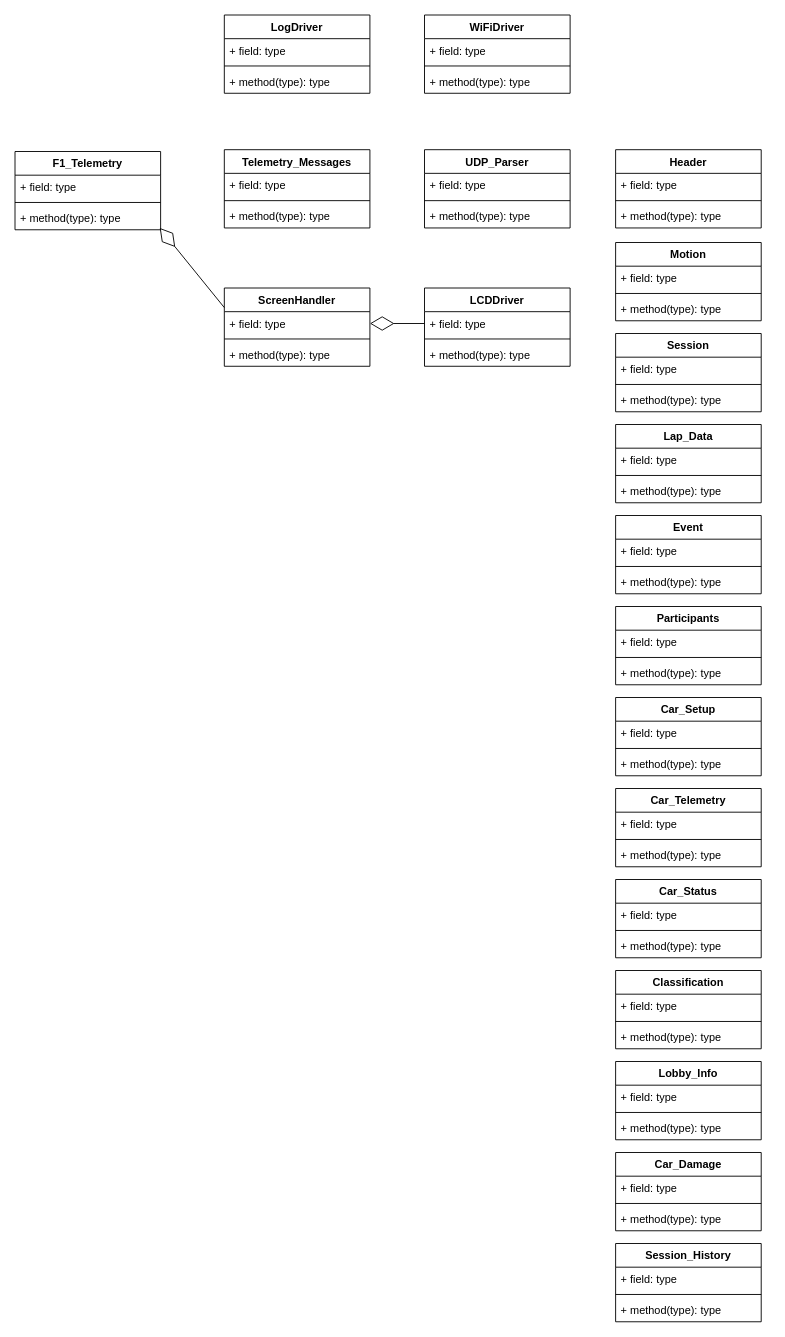
This is Software_architecture.drawio from Judicael-Marchand/F1_2021_Header, a draw.io file, before an edit. Source tidied: cells renumbered, new cells numbered last; positions are measured from the earlier drawing's top-left corner, leaving out a move shared by most shapes. Both pictures are drawn from the tidied source at 91%, with x=0, y=0 at pixel (15, 15).
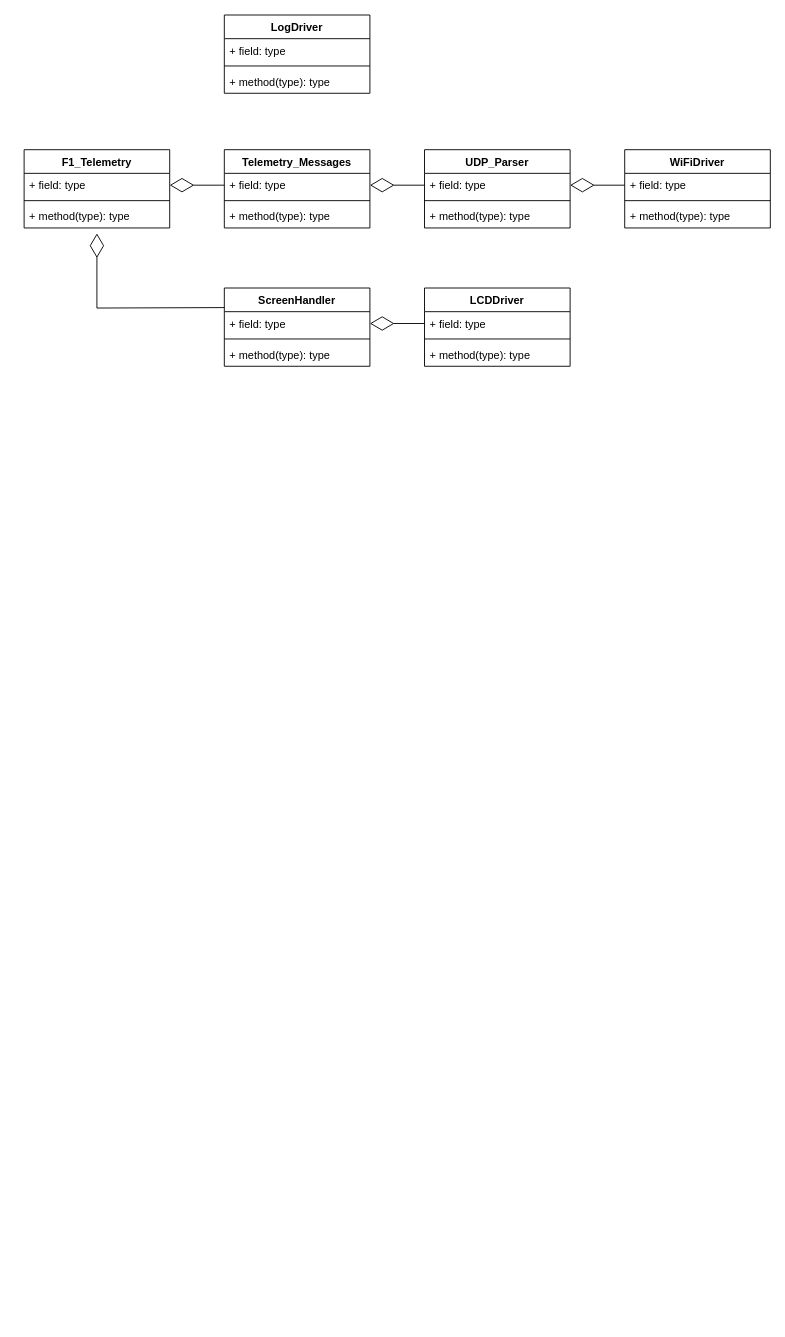
Above is the later version.

Commit message:
Update software architecture

Software_architecture.drawio updated.

Unchanged cells that the change refers to:
```xml
<mxCell id="3" value="+ field: type" style="text;strokeColor=none;fillColor=none;align=left;verticalAlign=top;spacingLeft=4;spacingRight=4;overflow=hidden;points=[[0,0.5],[1,0.5]];portConstraint=eastwest;" parent="2" vertex="1">
  <mxGeometry y="26" width="160" height="26" as="geometry" />
</mxCell>
<mxCell id="5" value="+ method(type): type" style="text;strokeColor=none;fillColor=none;align=left;verticalAlign=top;spacingLeft=4;spacingRight=4;overflow=hidden;points=[[0,0.5],[1,0.5]];portConstraint=eastwest;" parent="2" vertex="1">
  <mxGeometry y="60" width="160" height="26" as="geometry" />
</mxCell>
<mxCell id="6" value="ScreenHandler" style="swimlane;fontStyle=1;align=center;verticalAlign=top;horizontal=1;startSize=26;" parent="1" vertex="1">
  <mxGeometry x="230" y="300" width="160" height="86" as="geometry" />
</mxCell>
<mxCell id="17" value="+ field: type" style="text;strokeColor=none;fillColor=none;align=left;verticalAlign=top;spacingLeft=4;spacingRight=4;overflow=hidden;points=[[0,0.5],[1,0.5]];portConstraint=eastwest;" parent="16" vertex="1">
  <mxGeometry y="26" width="160" height="26" as="geometry" />
</mxCell>
<mxCell id="21" value="+ field: type" style="text;strokeColor=none;fillColor=none;align=left;verticalAlign=top;spacingLeft=4;spacingRight=4;overflow=hidden;points=[[0,0.5],[1,0.5]];portConstraint=eastwest;" parent="20" vertex="1">
  <mxGeometry y="26" width="160" height="26" as="geometry" />
</mxCell>
<mxCell id="81" value="+ field: type" style="text;strokeColor=none;fillColor=none;align=left;verticalAlign=top;spacingLeft=4;spacingRight=4;overflow=hidden;points=[[0,0.5],[1,0.5]];portConstraint=eastwest;" parent="80" vertex="1">
  <mxGeometry y="26" width="160" height="26" as="geometry" />
</mxCell>
```

Diff of the diagram source:
```diff
@@
     <mxCell id="2" value="F1_Telemetry" style="swimlane;fontStyle=1;align=center;verticalAlign=top;horizontal=1;startSize=26;" parent="1" vertex="1">
-      <mxGeometry y="150" width="160" height="86" as="geometry" />
+      <mxGeometry x="10" y="148" width="160" height="86" as="geometry" />
     </mxCell>
@@
-    <mxCell id="10" style="endArrow=diamondThin;endFill=0;endSize=24;html=1;rounded=0;entryX=0.994;entryY=0.923;entryDx=0;entryDy=0;exitX=0;exitY=0.25;exitDx=0;exitDy=0;entryPerimeter=0;" parent="1" edge="1" source="6" target="5">
-      <mxGeometry relative="1" as="geometry" />
+    <mxCell id="10" style="endArrow=diamondThin;endFill=0;endSize=24;html=1;rounded=0;entryX=0.5;entryY=1.231;entryDx=0;entryDy=0;exitX=0;exitY=0.25;exitDx=0;exitDy=0;entryPerimeter=0;" parent="1" edge="1" source="6" target="5">
+      <mxGeometry relative="1" as="geometry">
+        <Array as="points">
+          <mxPoint x="90" y="322" />
+        </Array>
+      </mxGeometry>
     </mxCell>
@@
-    <mxCell id="24" value="Header" style="swimlane;fontStyle=1;align=center;verticalAlign=top;horizontal=1;startSize=26;" parent="1" vertex="1">
-      <mxGeometry x="660" y="148" width="160" height="86" as="geometry" />
-    </mxCell>
-    <mxCell id="25" value="+ field: type" style="text;strokeColor=none;fillColor=none;align=left;verticalAlign=top;spacingLeft=4;spacingRight=4;overflow=hidden;" parent="24" vertex="1">
-      <mxGeometry y="26" width="160" height="26" as="geometry" />
-    </mxCell>
-    <mxCell id="26" style="line;strokeWidth=1;fillColor=none;align=left;verticalAlign=middle;spacingTop=-1;spacingLeft=3;spacingRight=3;labelPosition=right;" parent="24" vertex="1">
-      <mxGeometry y="52" width="160" height="8" as="geometry" />
-    </mxCell>
-    <mxCell id="27" value="+ method(type): type" style="text;strokeColor=none;fillColor=none;align=left;verticalAlign=top;spacingLeft=4;spacingRight=4;overflow=hidden;" parent="24" vertex="1">
-      <mxGeometry y="60" width="160" height="26" as="geometry" />
-    </mxCell>
-    <mxCell id="28" value="Motion" style="swimlane;fontStyle=1;align=center;verticalAlign=top;horizontal=1;startSize=26;" parent="1" vertex="1">
-      <mxGeometry x="660" y="250" width="160" height="86" as="geometry" />
-    </mxCell>
-    <mxCell id="29" value="+ field: type" style="text;strokeColor=none;fillColor=none;align=left;verticalAlign=top;spacingLeft=4;spacingRight=4;overflow=hidden;" parent="28" vertex="1">
-      <mxGeometry y="26" width="160" height="26" as="geometry" />
-    </mxCell>
-    <mxCell id="30" style="line;strokeWidth=1;fillColor=none;align=left;verticalAlign=middle;spacingTop=-1;spacingLeft=3;spacingRight=3;labelPosition=right;" parent="28" vertex="1">
-      <mxGeometry y="52" width="160" height="8" as="geometry" />
-    </mxCell>
-    <mxCell id="31" value="+ method(type): type" style="text;strokeColor=none;fillColor=none;align=left;verticalAlign=top;spacingLeft=4;spacingRight=4;overflow=hidden;" parent="28" vertex="1">
-      <mxGeometry y="60" width="160" height="26" as="geometry" />
-    </mxCell>
-    <mxCell id="32" value="Session" style="swimlane;fontStyle=1;align=center;verticalAlign=top;horizontal=1;startSize=26;" parent="1" vertex="1">
-      <mxGeometry x="660" y="350" width="160" height="86" as="geometry" />
-    </mxCell>
-    <mxCell id="33" value="+ field: type" style="text;strokeColor=none;fillColor=none;align=left;verticalAlign=top;spacingLeft=4;spacingRight=4;overflow=hidden;" parent="32" vertex="1">
-      <mxGeometry y="26" width="160" height="26" as="geometry" />
-    </mxCell>
-    <mxCell id="34" style="line;strokeWidth=1;fillColor=none;align=left;verticalAlign=middle;spacingTop=-1;spacingLeft=3;spacingRight=3;labelPosition=right;" parent="32" vertex="1">
-      <mxGeometry y="52" width="160" height="8" as="geometry" />
-    </mxCell>
-    <mxCell id="35" value="+ method(type): type" style="text;strokeColor=none;fillColor=none;align=left;verticalAlign=top;spacingLeft=4;spacingRight=4;overflow=hidden;" parent="32" vertex="1">
-      <mxGeometry y="60" width="160" height="26" as="geometry" />
-    </mxCell>
-    <mxCell id="36" value="Lap_Data" style="swimlane;fontStyle=1;align=center;verticalAlign=top;horizontal=1;startSize=26;" parent="1" vertex="1">
-      <mxGeometry x="660" y="450" width="160" height="86" as="geometry" />
-    </mxCell>
-    <mxCell id="37" value="+ field: type" style="text;strokeColor=none;fillColor=none;align=left;verticalAlign=top;spacingLeft=4;spacingRight=4;overflow=hidden;" parent="36" vertex="1">
-      <mxGeometry y="26" width="160" height="26" as="geometry" />
-    </mxCell>
-    <mxCell id="38" style="line;strokeWidth=1;fillColor=none;align=left;verticalAlign=middle;spacingTop=-1;spacingLeft=3;spacingRight=3;labelPosition=right;" parent="36" vertex="1">
-      <mxGeometry y="52" width="160" height="8" as="geometry" />
-    </mxCell>
-    <mxCell id="39" value="+ method(type): type" style="text;strokeColor=none;fillColor=none;align=left;verticalAlign=top;spacingLeft=4;spacingRight=4;overflow=hidden;" parent="36" vertex="1">
-      <mxGeometry y="60" width="160" height="26" as="geometry" />
-    </mxCell>
-    <mxCell id="40" value="Event" style="swimlane;fontStyle=1;align=center;verticalAlign=top;horizontal=1;startSize=26;" parent="1" vertex="1">
-      <mxGeometry x="660" y="550" width="160" height="86" as="geometry" />
-    </mxCell>
-    <mxCell id="41" value="+ field: type" style="text;strokeColor=none;fillColor=none;align=left;verticalAlign=top;spacingLeft=4;spacingRight=4;overflow=hidden;" parent="40" vertex="1">
-      <mxGeometry y="26" width="160" height="26" as="geometry" />
-    </mxCell>
-    <mxCell id="42" style="line;strokeWidth=1;fillColor=none;align=left;verticalAlign=middle;spacingTop=-1;spacingLeft=3;spacingRight=3;labelPosition=right;" parent="40" vertex="1">
-      <mxGeometry y="52" width="160" height="8" as="geometry" />
-    </mxCell>
-    <mxCell id="43" value="+ method(type): type" style="text;strokeColor=none;fillColor=none;align=left;verticalAlign=top;spacingLeft=4;spacingRight=4;overflow=hidden;" parent="40" vertex="1">
-      <mxGeometry y="60" width="160" height="26" as="geometry" />
-    </mxCell>
-    <mxCell id="44" value="Participants" style="swimlane;fontStyle=1;align=center;verticalAlign=top;horizontal=1;startSize=26;" parent="1" vertex="1">
-      <mxGeometry x="660" y="650" width="160" height="86" as="geometry" />
-    </mxCell>
-    <mxCell id="45" value="+ field: type" style="text;strokeColor=none;fillColor=none;align=left;verticalAlign=top;spacingLeft=4;spacingRight=4;overflow=hidden;" parent="44" vertex="1">
-      <mxGeometry y="26" width="160" height="26" as="geometry" />
-    </mxCell>
-    <mxCell id="46" style="line;strokeWidth=1;fillColor=none;align=left;verticalAlign=middle;spacingTop=-1;spacingLeft=3;spacingRight=3;labelPosition=right;" parent="44" vertex="1">
-      <mxGeometry y="52" width="160" height="8" as="geometry" />
-    </mxCell>
-    <mxCell id="47" value="+ method(type): type" style="text;strokeColor=none;fillColor=none;align=left;verticalAlign=top;spacingLeft=4;spacingRight=4;overflow=hidden;" parent="44" vertex="1">
-      <mxGeometry y="60" width="160" height="26" as="geometry" />
-    </mxCell>
-    <mxCell id="48" value="Car_Setup" style="swimlane;fontStyle=1;align=center;verticalAlign=top;horizontal=1;startSize=26;" parent="1" vertex="1">
-      <mxGeometry x="660" y="750" width="160" height="86" as="geometry" />
-    </mxCell>
-    <mxCell id="49" value="+ field: type" style="text;strokeColor=none;fillColor=none;align=left;verticalAlign=top;spacingLeft=4;spacingRight=4;overflow=hidden;" parent="48" vertex="1">
-      <mxGeometry y="26" width="160" height="26" as="geometry" />
-    </mxCell>
-    <mxCell id="50" style="line;strokeWidth=1;fillColor=none;align=left;verticalAlign=middle;spacingTop=-1;spacingLeft=3;spacingRight=3;labelPosition=right;" parent="48" vertex="1">
-      <mxGeometry y="52" width="160" height="8" as="geometry" />
-    </mxCell>
-    <mxCell id="51" value="+ method(type): type" style="text;strokeColor=none;fillColor=none;align=left;verticalAlign=top;spacingLeft=4;spacingRight=4;overflow=hidden;" parent="48" vertex="1">
-      <mxGeometry y="60" width="160" height="26" as="geometry" />
-    </mxCell>
-    <mxCell id="52" value="Car_Telemetry" style="swimlane;fontStyle=1;align=center;verticalAlign=top;horizontal=1;startSize=26;" parent="1" vertex="1">
-      <mxGeometry x="660" y="850" width="160" height="86" as="geometry" />
-    </mxCell>
-    <mxCell id="53" value="+ field: type" style="text;strokeColor=none;fillColor=none;align=left;verticalAlign=top;spacingLeft=4;spacingRight=4;overflow=hidden;" parent="52" vertex="1">
-      <mxGeometry y="26" width="160" height="26" as="geometry" />
-    </mxCell>
-    <mxCell id="54" style="line;strokeWidth=1;fillColor=none;align=left;verticalAlign=middle;spacingTop=-1;spacingLeft=3;spacingRight=3;labelPosition=right;" parent="52" vertex="1">
-      <mxGeometry y="52" width="160" height="8" as="geometry" />
-    </mxCell>
-    <mxCell id="55" value="+ method(type): type" style="text;strokeColor=none;fillColor=none;align=left;verticalAlign=top;spacingLeft=4;spacingRight=4;overflow=hidden;" parent="52" vertex="1">
-      <mxGeometry y="60" width="160" height="26" as="geometry" />
-    </mxCell>
-    <mxCell id="56" value="Car_Status" style="swimlane;fontStyle=1;align=center;verticalAlign=top;horizontal=1;startSize=26;" parent="1" vertex="1">
-      <mxGeometry x="660" y="950" width="160" height="86" as="geometry" />
-    </mxCell>
-    <mxCell id="57" value="+ field: type" style="text;strokeColor=none;fillColor=none;align=left;verticalAlign=top;spacingLeft=4;spacingRight=4;overflow=hidden;" parent="56" vertex="1">
-      <mxGeometry y="26" width="160" height="26" as="geometry" />
-    </mxCell>
-    <mxCell id="58" style="line;strokeWidth=1;fillColor=none;align=left;verticalAlign=middle;spacingTop=-1;spacingLeft=3;spacingRight=3;labelPosition=right;" parent="56" vertex="1">
-      <mxGeometry y="52" width="160" height="8" as="geometry" />
-    </mxCell>
-    <mxCell id="59" value="+ method(type): type" style="text;strokeColor=none;fillColor=none;align=left;verticalAlign=top;spacingLeft=4;spacingRight=4;overflow=hidden;" parent="56" vertex="1">
-      <mxGeometry y="60" width="160" height="26" as="geometry" />
-    </mxCell>
-    <mxCell id="60" value="Classification" style="swimlane;fontStyle=1;align=center;verticalAlign=top;horizontal=1;startSize=26;" parent="1" vertex="1">
-      <mxGeometry x="660" y="1050" width="160" height="86" as="geometry" />
-    </mxCell>
-    <mxCell id="61" value="+ field: type" style="text;strokeColor=none;fillColor=none;align=left;verticalAlign=top;spacingLeft=4;spacingRight=4;overflow=hidden;" parent="60" vertex="1">
-      <mxGeometry y="26" width="160" height="26" as="geometry" />
-    </mxCell>
-    <mxCell id="62" style="line;strokeWidth=1;fillColor=none;align=left;verticalAlign=middle;spacingTop=-1;spacingLeft=3;spacingRight=3;labelPosition=right;" parent="60" vertex="1">
-      <mxGeometry y="52" width="160" height="8" as="geometry" />
-    </mxCell>
-    <mxCell id="63" value="+ method(type): type" style="text;strokeColor=none;fillColor=none;align=left;verticalAlign=top;spacingLeft=4;spacingRight=4;overflow=hidden;" parent="60" vertex="1">
-      <mxGeometry y="60" width="160" height="26" as="geometry" />
-    </mxCell>
-    <mxCell id="64" value="Lobby_Info" style="swimlane;fontStyle=1;align=center;verticalAlign=top;horizontal=1;startSize=26;" parent="1" vertex="1">
-      <mxGeometry x="660" y="1150" width="160" height="86" as="geometry" />
-    </mxCell>
-    <mxCell id="65" value="+ field: type" style="text;strokeColor=none;fillColor=none;align=left;verticalAlign=top;spacingLeft=4;spacingRight=4;overflow=hidden;" parent="64" vertex="1">
-      <mxGeometry y="26" width="160" height="26" as="geometry" />
-    </mxCell>
-    <mxCell id="66" style="line;strokeWidth=1;fillColor=none;align=left;verticalAlign=middle;spacingTop=-1;spacingLeft=3;spacingRight=3;labelPosition=right;" parent="64" vertex="1">
-      <mxGeometry y="52" width="160" height="8" as="geometry" />
-    </mxCell>
-    <mxCell id="67" value="+ method(type): type" style="text;strokeColor=none;fillColor=none;align=left;verticalAlign=top;spacingLeft=4;spacingRight=4;overflow=hidden;" parent="64" vertex="1">
-      <mxGeometry y="60" width="160" height="26" as="geometry" />
-    </mxCell>
-    <mxCell id="68" value="Car_Damage" style="swimlane;fontStyle=1;align=center;verticalAlign=top;horizontal=1;startSize=26;" parent="1" vertex="1">
-      <mxGeometry x="660" y="1250" width="160" height="86" as="geometry" />
-    </mxCell>
-    <mxCell id="69" value="+ field: type" style="text;strokeColor=none;fillColor=none;align=left;verticalAlign=top;spacingLeft=4;spacingRight=4;overflow=hidden;" parent="68" vertex="1">
-      <mxGeometry y="26" width="160" height="26" as="geometry" />
-    </mxCell>
-    <mxCell id="70" style="line;strokeWidth=1;fillColor=none;align=left;verticalAlign=middle;spacingTop=-1;spacingLeft=3;spacingRight=3;labelPosition=right;" parent="68" vertex="1">
-      <mxGeometry y="52" width="160" height="8" as="geometry" />
-    </mxCell>
-    <mxCell id="71" value="+ method(type): type" style="text;strokeColor=none;fillColor=none;align=left;verticalAlign=top;spacingLeft=4;spacingRight=4;overflow=hidden;" parent="68" vertex="1">
-      <mxGeometry y="60" width="160" height="26" as="geometry" />
-    </mxCell>
-    <mxCell id="72" value="Session_History" style="swimlane;fontStyle=1;align=center;verticalAlign=top;horizontal=1;startSize=26;" parent="1" vertex="1">
-      <mxGeometry x="660" y="1350" width="160" height="86" as="geometry" />
-    </mxCell>
-    <mxCell id="73" value="+ field: type" style="text;strokeColor=none;fillColor=none;align=left;verticalAlign=top;spacingLeft=4;spacingRight=4;overflow=hidden;" parent="72" vertex="1">
-      <mxGeometry y="26" width="160" height="26" as="geometry" />
-    </mxCell>
-    <mxCell id="74" style="line;strokeWidth=1;fillColor=none;align=left;verticalAlign=middle;spacingTop=-1;spacingLeft=3;spacingRight=3;labelPosition=right;" parent="72" vertex="1">
-      <mxGeometry y="52" width="160" height="8" as="geometry" />
-    </mxCell>
-    <mxCell id="75" value="+ method(type): type" style="text;strokeColor=none;fillColor=none;align=left;verticalAlign=top;spacingLeft=4;spacingRight=4;overflow=hidden;" parent="72" vertex="1">
-      <mxGeometry y="60" width="160" height="26" as="geometry" />
-    </mxCell>
@@
     <mxCell id="80" value="WiFiDriver" style="swimlane;fontStyle=1;align=center;verticalAlign=top;horizontal=1;startSize=26;" parent="1" vertex="1">
-      <mxGeometry x="450" width="160" height="86" as="geometry" />
+      <mxGeometry x="670" y="148" width="160" height="86" as="geometry" />
     </mxCell>
@@
+    <mxCell id="84" style="endArrow=diamondThin;endFill=0;endSize=24;html=1;entryX=1;entryY=0.5;entryDx=0;entryDy=0;exitX=0;exitY=0.5;exitDx=0;exitDy=0;" parent="1" edge="1" source="81" target="21">
+      <mxGeometry relative="1" as="geometry" />
+    </mxCell>
+    <mxCell id="85" style="endArrow=diamondThin;endFill=0;endSize=24;html=1;entryX=1;entryY=0.5;entryDx=0;entryDy=0;exitX=0;exitY=0.5;exitDx=0;exitDy=0;" parent="1" edge="1" source="21" target="17">
+      <mxGeometry relative="1" as="geometry" />
+    </mxCell>
+    <mxCell id="86" style="endArrow=diamondThin;endFill=0;endSize=24;html=1;entryX=1;entryY=0.5;entryDx=0;entryDy=0;exitX=0;exitY=0.5;exitDx=0;exitDy=0;" parent="1" edge="1" source="17" target="3">
+      <mxGeometry relative="1" as="geometry" />
+    </mxCell>
```
